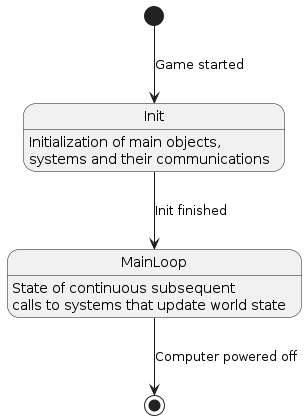
SoftwareArchitecture2022/roguelike keeps this PlantUML diagram as docs/diagrams/state_diagram.png. Above is the earlier version. The source it was exported from:
```plantuml
@startuml

state Init {
}
Init : Initialization of main objects,
Init : systems and their communications

state MainLoop {
}
MainLoop : State of continuous subsequent
MainLoop : calls to systems that update world state

[*] --> Init : Game started
Init --> MainLoop : Init finished
MainLoop --> [*] : Computer powered off

@enduml
```
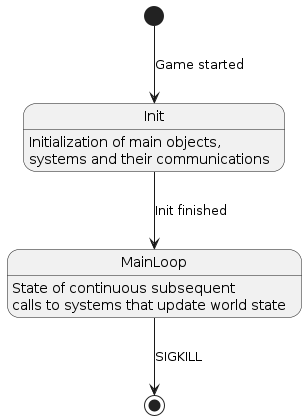
The same diagram one commit later.

Commit message:
State diagram end condition

The edit, as a diff of the source:
```diff
@@ -12,6 +12,6 @@
 
 [*] --> Init : Game started
 Init --> MainLoop : Init finished
-MainLoop --> [*] : Computer powered off
+MainLoop --> [*] : SIGKILL
 
 @enduml
```
